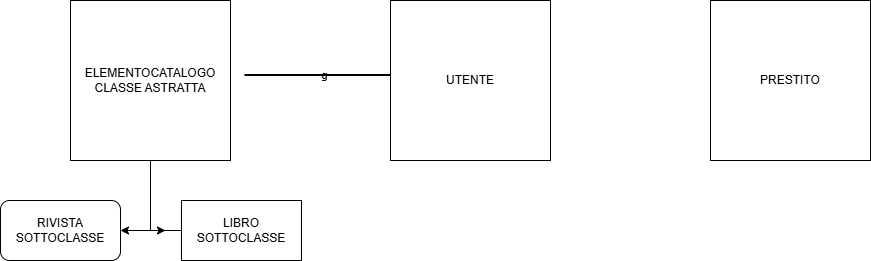
Before: Diagramma senza titolo.drawio.png, a diagram exported from draw.io (Robby75-11/Biblioteca). Source tidied: cells renumbered, new cells last; positions are measured from the earlier drawing's top-left corner, leaving out a move shared by most shapes. Its diagram source:
```xml
<mxGraphModel>
  <root>
    <mxCell id="0" />
    <mxCell id="1" parent="0" />
    <mxCell id="2" style="edgeStyle=orthogonalEdgeStyle;rounded=0;jettySize=auto;html=1;exitX=0.5;exitY=1;exitDx=0;exitDy=0;labelBackgroundColor=none;fontColor=default;" parent="1" edge="1" source="3">
      <mxGeometry relative="1" as="geometry">
        <mxPoint x="165" y="230" as="targetPoint" />
        <Array as="points">
          <mxPoint x="150" y="230" />
        </Array>
      </mxGeometry>
    </mxCell>
    <mxCell id="3" value="ELEMENTOCATALOGO&lt;div&gt;CLASSE ASTRATTA&lt;/div&gt;" style="whiteSpace=wrap;html=1;labelBackgroundColor=none;" parent="1" vertex="1">
      <mxGeometry x="70" width="160" height="160" as="geometry" />
    </mxCell>
    <mxCell id="4" value="g" style="endArrow=none;html=1;rounded=0;strokeWidth=2;labelBackgroundColor=none;fontColor=default;" parent="1" edge="1">
      <mxGeometry relative="1" as="geometry">
        <mxPoint x="244" y="74.5" as="sourcePoint" />
        <mxPoint x="404" y="74.5" as="targetPoint" />
      </mxGeometry>
    </mxCell>
    <mxCell id="5" value="N" style="html=1;whiteSpace=wrap;align=right;verticalAlign=bottom;labelBackgroundColor=none;" parent="4" vertex="1">
      <mxGeometry x="1" relative="1" as="geometry" />
    </mxCell>
    <mxCell id="6" value="UTENTE" style="whiteSpace=wrap;html=1;" parent="1" vertex="1">
      <mxGeometry x="390" width="160" height="160" as="geometry" />
    </mxCell>
    <mxCell id="7" value="PRESTITO" style="whiteSpace=wrap;html=1;" parent="1" vertex="1">
      <mxGeometry x="710" width="160" height="160" as="geometry" />
    </mxCell>
    <mxCell id="8" style="edgeStyle=orthogonalEdgeStyle;rounded=0;jettySize=auto;html=1;" parent="1" edge="1" source="9" target="10">
      <mxGeometry relative="1" as="geometry">
        <Array as="points">
          <mxPoint x="190" y="230" />
          <mxPoint x="190" y="230" />
        </Array>
      </mxGeometry>
    </mxCell>
    <mxCell id="9" value="&lt;div&gt;LIBRO&lt;/div&gt;&lt;div&gt;SOTTOCLASSE&lt;/div&gt;" style="rounded=0;whiteSpace=wrap;html=1;" parent="1" vertex="1">
      <mxGeometry x="181" y="200" width="120" height="60" as="geometry" />
    </mxCell>
    <mxCell id="10" value="RIVISTA&lt;div&gt;SOTTOCLASSE&lt;/div&gt;" style="rounded=1;whiteSpace=wrap;html=1;" parent="1" vertex="1">
      <mxGeometry y="200" width="120" height="60" as="geometry" />
    </mxCell>
  </root>
</mxGraphModel>
```
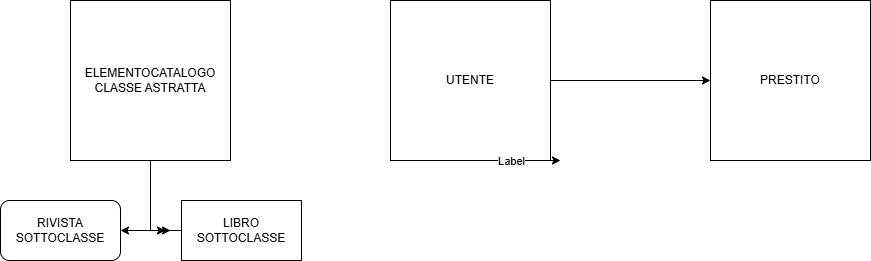
Above is the later version.

What changed in the source:
```diff
@@ -13,15 +13,9 @@
     <mxCell id="3" value="ELEMENTOCATALOGO&lt;div&gt;CLASSE ASTRATTA&lt;/div&gt;" style="whiteSpace=wrap;html=1;labelBackgroundColor=none;" parent="1" vertex="1">
       <mxGeometry x="70" width="160" height="160" as="geometry" />
     </mxCell>
-    <mxCell id="4" value="g" style="endArrow=none;html=1;rounded=0;strokeWidth=2;labelBackgroundColor=none;fontColor=default;" parent="1" edge="1">
-      <mxGeometry relative="1" as="geometry">
-        <mxPoint x="244" y="74.5" as="sourcePoint" />
-        <mxPoint x="404" y="74.5" as="targetPoint" />
-      </mxGeometry>
-    </mxCell>
-    <mxCell id="5" value="N" style="html=1;whiteSpace=wrap;align=right;verticalAlign=bottom;labelBackgroundColor=none;" parent="4" vertex="1">
-      <mxGeometry x="1" relative="1" as="geometry" />
-    </mxCell>
+    <mxCell id="11" style="edgeStyle=orthogonalEdgeStyle;rounded=0;jettySize=auto;html=1;exitX=1;exitY=0.5;exitDx=0;exitDy=0;entryX=0;entryY=0.5;entryDx=0;entryDy=0;" parent="1" edge="1" source="6" target="7">
+      <mxGeometry relative="1" as="geometry" />
+    </mxCell>
     <mxCell id="6" value="UTENTE" style="whiteSpace=wrap;html=1;" parent="1" vertex="1">
       <mxGeometry x="390" width="160" height="160" as="geometry" />
     </mxCell>
@@ -36,11 +30,25 @@
         </Array>
       </mxGeometry>
     </mxCell>
+    <mxCell id="12" style="edgeStyle=orthogonalEdgeStyle;rounded=0;jettySize=auto;html=1;" parent="1" edge="1" source="9">
+      <mxGeometry relative="1" as="geometry">
+        <mxPoint x="170" y="230" as="targetPoint" />
+      </mxGeometry>
+    </mxCell>
     <mxCell id="9" value="&lt;div&gt;LIBRO&lt;/div&gt;&lt;div&gt;SOTTOCLASSE&lt;/div&gt;" style="rounded=0;whiteSpace=wrap;html=1;" parent="1" vertex="1">
       <mxGeometry x="181" y="200" width="120" height="60" as="geometry" />
     </mxCell>
     <mxCell id="10" value="RIVISTA&lt;div&gt;SOTTOCLASSE&lt;/div&gt;" style="rounded=1;whiteSpace=wrap;html=1;" parent="1" vertex="1">
       <mxGeometry y="200" width="120" height="60" as="geometry" />
     </mxCell>
+    <mxCell id="13" style="endArrow=classic;html=1;rounded=0;" parent="1" edge="1">
+      <mxGeometry relative="1" as="geometry">
+        <mxPoint x="460" y="160" as="sourcePoint" />
+        <mxPoint x="560" y="160" as="targetPoint" />
+      </mxGeometry>
+    </mxCell>
+    <mxCell id="14" value="Label" style="edgeLabel;html=1;align=center;verticalAlign=middle;" parent="13" vertex="1">
+      <mxGeometry relative="1" as="geometry" />
+    </mxCell>
   </root>
 </mxGraphModel>
```
